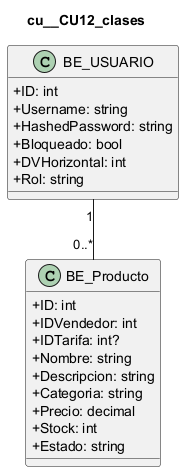
Before: docs/diagramas/uml_png/cu__CU12_clases.png, a diagram exported from PlantUML (L-Muniz/uai-diploma_2026). Its diagram source:
```plantuml
@startuml
skinparam classAttributeIconSize 0
title cu__CU12_clases
class "BE_USUARIO" as USUARIO {
  +ID: int
  +Username: string
  +HashedPassword: string
  +Bloqueado: bool
  +DVHorizontal: int
  +Rol: string
}
class "BE_Producto" as PRODUCTO {
  +ID: int
  +IDVendedor: int
  +IDTarifa: int?
  +Nombre: string
  +Descripcion: string
  +Categoria: string
  +Precio: decimal
  +Stock: int
  +Estado: string
}
USUARIO "1" -- "0..*" PRODUCTO
@enduml
```
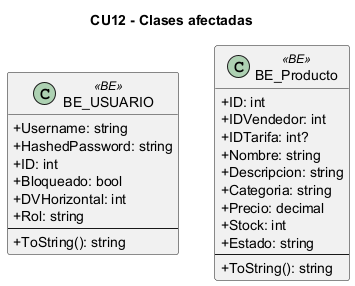
The same file after the commit.

The edit, as a diff of the source:
```diff
@@ -1,15 +1,17 @@
 @startuml
 skinparam classAttributeIconSize 0
-title cu__CU12_clases
-class "BE_USUARIO" as USUARIO {
-  +ID: int
+title CU12 - Clases afectadas
+class "BE_USUARIO" as BE_USUARIO <<BE>> {
   +Username: string
   +HashedPassword: string
+  +ID: int
   +Bloqueado: bool
   +DVHorizontal: int
   +Rol: string
+  --
+  +ToString(): string
 }
-class "BE_Producto" as PRODUCTO {
+class "BE_Producto" as BE_Producto <<BE>> {
   +ID: int
   +IDVendedor: int
   +IDTarifa: int?
@@ -19,6 +21,7 @@
   +Precio: decimal
   +Stock: int
   +Estado: string
+  --
+  +ToString(): string
 }
-USUARIO "1" -- "0..*" PRODUCTO
 @enduml
```
